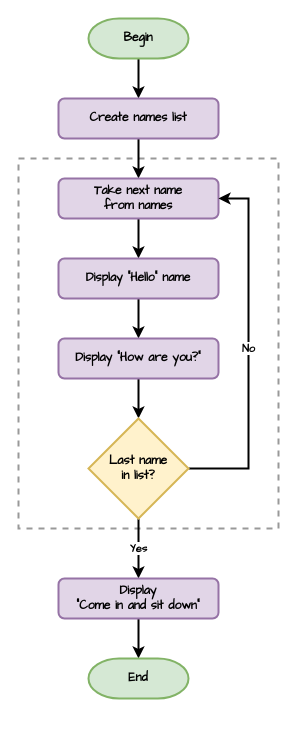
Above: page "lesson_2_for_loop_2" (5 of 13) of flowcharts.drawio in DamoM73/turtle_vid_tute (draw.io), before the change. Source tidied: cells renumbered, new cells numbered last; positions are measured from the earlier drawing's top-left corner, leaving out a move shared by most shapes. Both pictures are drawn from the tidied source at 100%, with x=0, y=0 at pixel (18, 18).
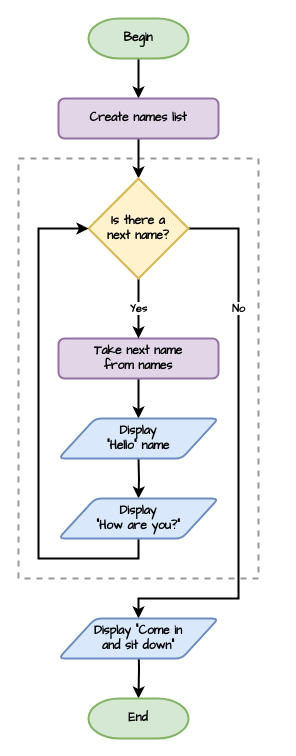
After the change.

Unchanged cells that the change refers to:
```xml
<mxCell id="6" value="Create names list" style="rounded=1;whiteSpace=wrap;html=1;strokeWidth=2;fontFamily=Comic Sans MS;fontSize=12;fillColor=#e1d5e7;strokeColor=#9673a6;fontStyle=1;" parent="1" vertex="1">
  <mxGeometry x="40" y="80" width="160" height="40" as="geometry" />
</mxCell>
```

Change to the diagram source:
```diff
@@
     <mxCell id="2" style="rounded=0;whiteSpace=wrap;html=1;dashed=1;strokeWidth=2;strokeColor=#999999;" parent="1" vertex="1">
-      <mxGeometry y="140" width="260" height="370" as="geometry" />
+      <mxGeometry y="140" width="240" height="420" as="geometry" />
     </mxCell>
@@
-    <mxCell id="5" style="edgeStyle=orthogonalEdgeStyle;rounded=0;jettySize=auto;html=1;exitX=0.5;exitY=1;exitDx=0;exitDy=0;entryX=0.5;entryY=0;entryDx=0;entryDy=0;strokeWidth=2;" parent="1" edge="1" source="6" target="8">
-      <mxGeometry relative="1" as="geometry" />
-    </mxCell>
+    <mxCell id="19" style="edgeStyle=orthogonalEdgeStyle;rounded=0;jettySize=auto;html=1;exitX=0.5;exitY=1;exitDx=0;exitDy=0;entryX=0.5;entryY=0;entryDx=0;entryDy=0;entryPerimeter=0;fontFamily=Comic Sans MS;strokeWidth=2;" parent="1" edge="1" source="6" target="21">
+      <mxGeometry relative="1" as="geometry" />
+    </mxCell>
@@
-    <mxCell id="7" style="edgeStyle=orthogonalEdgeStyle;rounded=0;jettySize=auto;html=1;exitX=0.5;exitY=1;exitDx=0;exitDy=0;strokeWidth=2;" parent="1" edge="1" source="8" target="10">
-      <mxGeometry relative="1" as="geometry" />
+    <mxCell id="7" style="edgeStyle=orthogonalEdgeStyle;rounded=0;jettySize=auto;html=1;exitX=0.5;exitY=1;exitDx=0;exitDy=0;strokeWidth=2;" parent="1" edge="1" source="8">
+      <mxGeometry relative="1" as="geometry">
+        <mxPoint x="120" y="400" as="targetPoint" />
+      </mxGeometry>
     </mxCell>
     <mxCell id="8" value="Take next name &lt;br&gt;from names" style="rounded=1;whiteSpace=wrap;html=1;strokeWidth=2;fontFamily=Comic Sans MS;fontSize=12;fillColor=#e1d5e7;strokeColor=#9673a6;fontStyle=1;" parent="1" vertex="1">
-      <mxGeometry x="40" y="160" width="160" height="40" as="geometry" />
+      <mxGeometry x="40" y="320" width="160" height="40" as="geometry" />
     </mxCell>
-    <mxCell id="9" style="edgeStyle=orthogonalEdgeStyle;rounded=0;jettySize=auto;html=1;exitX=0.5;exitY=1;exitDx=0;exitDy=0;entryX=0.5;entryY=0;entryDx=0;entryDy=0;strokeWidth=2;" parent="1" edge="1" source="10" target="12">
-      <mxGeometry relative="1" as="geometry" />
+    <mxCell id="9" style="edgeStyle=orthogonalEdgeStyle;rounded=0;orthogonalLoop=1;jettySize=auto;html=1;exitX=0.5;exitY=1;exitDx=0;exitDy=0;entryX=0.5;entryY=0;entryDx=0;entryDy=0;strokeWidth=2;" parent="1" edge="1">
+      <mxGeometry relative="1" as="geometry">
+        <mxPoint x="120" y="440" as="sourcePoint" />
+        <mxPoint x="120" y="480" as="targetPoint" />
+      </mxGeometry>
     </mxCell>
+    <mxCell id="20" style="edgeStyle=orthogonalEdgeStyle;rounded=0;jettySize=auto;html=1;exitX=0.5;exitY=1;exitDx=0;exitDy=0;entryX=0.5;entryY=0;entryDx=0;entryDy=0;entryPerimeter=0;fontFamily=Comic Sans MS;strokeWidth=2;" parent="1" edge="1" target="18">
+      <mxGeometry relative="1" as="geometry">
+        <mxPoint x="120" y="620" as="sourcePoint" />
+      </mxGeometry>
+    </mxCell>
+    <mxCell id="18" value="End" style="strokeWidth=2;html=1;shape=mxgraph.flowchart.terminator;whiteSpace=wrap;fillColor=#d5e8d4;strokeColor=#82b366;fontFamily=Comic Sans MS;fontStyle=1;" parent="1" vertex="1">
+      <mxGeometry x="70" y="680" width="100" height="40" as="geometry" />
+    </mxCell>
+    <mxCell id="14" value="Yes" style="edgeStyle=orthogonalEdgeStyle;rounded=0;jettySize=auto;html=1;exitX=0.5;exitY=1;exitDx=0;exitDy=0;exitPerimeter=0;entryX=0.5;entryY=0;entryDx=0;entryDy=0;fontFamily=Comic Sans MS;strokeWidth=2;fontStyle=1;" parent="1" edge="1" source="21" target="8">
+      <mxGeometry relative="1" as="geometry" />
+    </mxCell>
+    <mxCell id="13" value="&lt;b&gt;No&lt;/b&gt;" style="edgeStyle=orthogonalEdgeStyle;rounded=0;jettySize=auto;html=1;exitX=1;exitY=0.5;exitDx=0;exitDy=0;exitPerimeter=0;entryX=0.5;entryY=0;entryDx=0;entryDy=0;fontFamily=Comic Sans MS;strokeWidth=2;" parent="1" edge="1" source="21" target="17">
+      <mxGeometry x="-0.52" relative="1" as="geometry">
+        <Array as="points">
+          <mxPoint x="220" y="210" />
+          <mxPoint x="220" y="580" />
+          <mxPoint x="120" y="580" />
+        </Array>
+      </mxGeometry>
+    </mxCell>
+    <mxCell id="21" value="Is there a &lt;br&gt;next name?" style="strokeWidth=2;html=1;shape=mxgraph.flowchart.decision;whiteSpace=wrap;fillColor=#fff2cc;strokeColor=#d6b656;fontFamily=Comic Sans MS;fontStyle=1;" parent="1" vertex="1">
+      <mxGeometry x="70" y="160" width="100" height="100" as="geometry" />
+    </mxCell>
-    <mxCell id="10" value="Display &quot;Hello&quot; name" style="rounded=1;whiteSpace=wrap;html=1;strokeWidth=2;fontFamily=Comic Sans MS;fontSize=12;fillColor=#e1d5e7;strokeColor=#9673a6;fontStyle=1;" parent="1" vertex="1">
-      <mxGeometry x="40" y="240" width="160" height="40" as="geometry" />
+    <mxCell id="10" value="Display &lt;br&gt;&quot;Hello&quot; name" style="shape=parallelogram;html=1;strokeWidth=2;perimeter=parallelogramPerimeter;whiteSpace=wrap;rounded=1;arcSize=12;size=0.23;fillColor=#dae8fc;strokeColor=#6c8ebf;fontFamily=Comic Sans MS;fontStyle=1;" parent="1" vertex="1">
+      <mxGeometry x="40" y="400" width="160" height="40" as="geometry" />
     </mxCell>
-    <mxCell id="11" style="edgeStyle=orthogonalEdgeStyle;rounded=0;jettySize=auto;html=1;exitX=0.5;exitY=1;exitDx=0;exitDy=0;entryX=0.5;entryY=0;entryDx=0;entryDy=0;entryPerimeter=0;strokeWidth=2;" parent="1" edge="1" source="12" target="15">
-      <mxGeometry relative="1" as="geometry" />
-    </mxCell>
+    <mxCell id="22" style="edgeStyle=orthogonalEdgeStyle;rounded=0;jettySize=auto;html=1;exitX=0.5;exitY=1;exitDx=0;exitDy=0;entryX=0;entryY=0.5;entryDx=0;entryDy=0;entryPerimeter=0;fontFamily=Comic Sans MS;strokeWidth=2;" parent="1" edge="1" source="12" target="21">
+      <mxGeometry relative="1" as="geometry">
+        <Array as="points">
+          <mxPoint x="120" y="540" />
+          <mxPoint x="20" y="540" />
+          <mxPoint x="20" y="210" />
+        </Array>
+      </mxGeometry>
+    </mxCell>
-    <mxCell id="12" value="Display &quot;How are you?&quot;" style="rounded=1;whiteSpace=wrap;html=1;strokeWidth=2;fontFamily=Comic Sans MS;fontSize=12;fillColor=#e1d5e7;strokeColor=#9673a6;fontStyle=1;" parent="1" vertex="1">
-      <mxGeometry x="40" y="320" width="160" height="40" as="geometry" />
+    <mxCell id="12" value="Display &lt;br&gt;&quot;How are you?&quot;" style="shape=parallelogram;html=1;strokeWidth=2;perimeter=parallelogramPerimeter;whiteSpace=wrap;rounded=1;arcSize=12;size=0.23;fillColor=#dae8fc;strokeColor=#6c8ebf;fontFamily=Comic Sans MS;fontStyle=1;" parent="1" vertex="1">
+      <mxGeometry x="40" y="480" width="160" height="40" as="geometry" />
     </mxCell>
-    <mxCell id="13" value="No" style="edgeStyle=orthogonalEdgeStyle;rounded=0;jettySize=auto;html=1;exitX=1;exitY=0.5;exitDx=0;exitDy=0;exitPerimeter=0;entryX=1;entryY=0.5;entryDx=0;entryDy=0;strokeWidth=2;fontFamily=Comic Sans MS;fontStyle=1;" parent="1" edge="1" source="15" target="8">
-      <mxGeometry relative="1" as="geometry">
-        <Array as="points">
-          <mxPoint x="230" y="450" />
-          <mxPoint x="230" y="180" />
-        </Array>
-      </mxGeometry>
-    </mxCell>
-    <mxCell id="14" value="Yes" style="edgeStyle=orthogonalEdgeStyle;rounded=0;jettySize=auto;html=1;exitX=0.5;exitY=1;exitDx=0;exitDy=0;exitPerimeter=0;entryX=0.5;entryY=0;entryDx=0;entryDy=0;strokeWidth=2;fontFamily=Comic Sans MS;fontStyle=1;" parent="1" edge="1" source="15" target="17">
-      <mxGeometry relative="1" as="geometry" />
-    </mxCell>
-    <mxCell id="15" value="Last name &lt;br&gt;in list?" style="strokeWidth=2;html=1;shape=mxgraph.flowchart.decision;whiteSpace=wrap;fillColor=#fff2cc;strokeColor=#d6b656;fontFamily=Comic Sans MS;fontStyle=1;" parent="1" vertex="1">
-      <mxGeometry x="70" y="400" width="100" height="100" as="geometry" />
-    </mxCell>
-    <mxCell id="16" style="edgeStyle=orthogonalEdgeStyle;rounded=0;jettySize=auto;html=1;exitX=0.5;exitY=1;exitDx=0;exitDy=0;entryX=0.5;entryY=0;entryDx=0;entryDy=0;entryPerimeter=0;strokeWidth=2;fontFamily=Comic Sans MS;" parent="1" edge="1" source="17" target="18">
-      <mxGeometry relative="1" as="geometry" />
-    </mxCell>
-    <mxCell id="17" value="Display&lt;br&gt;&quot;Come in and sit down&quot;" style="rounded=1;whiteSpace=wrap;html=1;strokeWidth=2;fontFamily=Comic Sans MS;fontSize=12;fillColor=#e1d5e7;strokeColor=#9673a6;fontStyle=1;" parent="1" vertex="1">
-      <mxGeometry x="40" y="560" width="160" height="40" as="geometry" />
+    <mxCell id="17" value="Display &quot;Come in &lt;br&gt;and sit down&quot;" style="shape=parallelogram;html=1;strokeWidth=2;perimeter=parallelogramPerimeter;whiteSpace=wrap;rounded=1;arcSize=12;size=0.23;fillColor=#dae8fc;strokeColor=#6c8ebf;fontFamily=Comic Sans MS;fontStyle=1;" parent="1" vertex="1">
+      <mxGeometry x="40" y="600" width="160" height="40" as="geometry" />
     </mxCell>
-    <mxCell id="18" value="End" style="strokeWidth=2;html=1;shape=mxgraph.flowchart.terminator;whiteSpace=wrap;fillColor=#d5e8d4;strokeColor=#82b366;fontFamily=Comic Sans MS;fontStyle=1;" parent="1" vertex="1">
-      <mxGeometry x="70" y="640" width="100" height="40" as="geometry" />
-    </mxCell>
```
